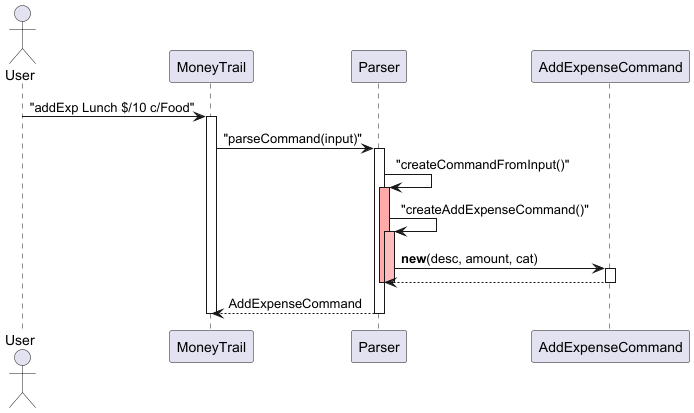
Above: docs/diagrams/Parser_Sequence.png in EdwinTun98/tp (PlantUML), before the change. The source it was exported from:
```plantuml
@startuml Parser_Sequence_Activation
actor User
participant MoneyTrail
participant Parser
participant AddExpenseCommand

User -> MoneyTrail : "addExp Lunch $/10 c/Food"
activate MoneyTrail
MoneyTrail -> Parser : "parseCommand(input)"
activate Parser

Parser -> Parser : "createCommandFromInput()"
activate Parser #FFAAAA
Parser -> Parser : "createAddExpenseCommand()"
activate Parser #FFBBBB

Parser -> AddExpenseCommand : **new**(desc, amount, cat)
activate AddExpenseCommand
AddExpenseCommand --> Parser
deactivate AddExpenseCommand

deactivate Parser #FFBBBB
deactivate Parser #FFAAAA
Parser --> MoneyTrail : AddExpenseCommand
deactivate Parser
deactivate MoneyTrail
@enduml
```
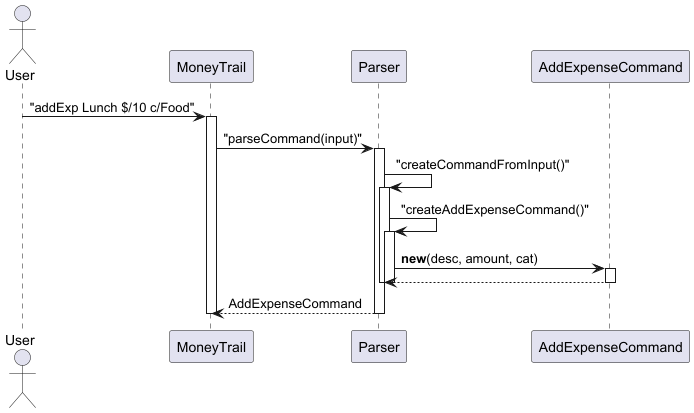
Above is the later version.

Change to the diagram source:
```diff
@@ -10,16 +10,16 @@
 activate Parser
 
 Parser -> Parser : "createCommandFromInput()"
-activate Parser #FFAAAA
+activate Parser
 Parser -> Parser : "createAddExpenseCommand()"
-activate Parser #FFBBBB
+activate Parser
 
 Parser -> AddExpenseCommand : **new**(desc, amount, cat)
 activate AddExpenseCommand
 AddExpenseCommand --> Parser
 deactivate AddExpenseCommand
 
-deactivate Parser #FFBBBB
+deactivate Parser
 deactivate Parser #FFAAAA
 Parser --> MoneyTrail : AddExpenseCommand
 deactivate Parser
```
